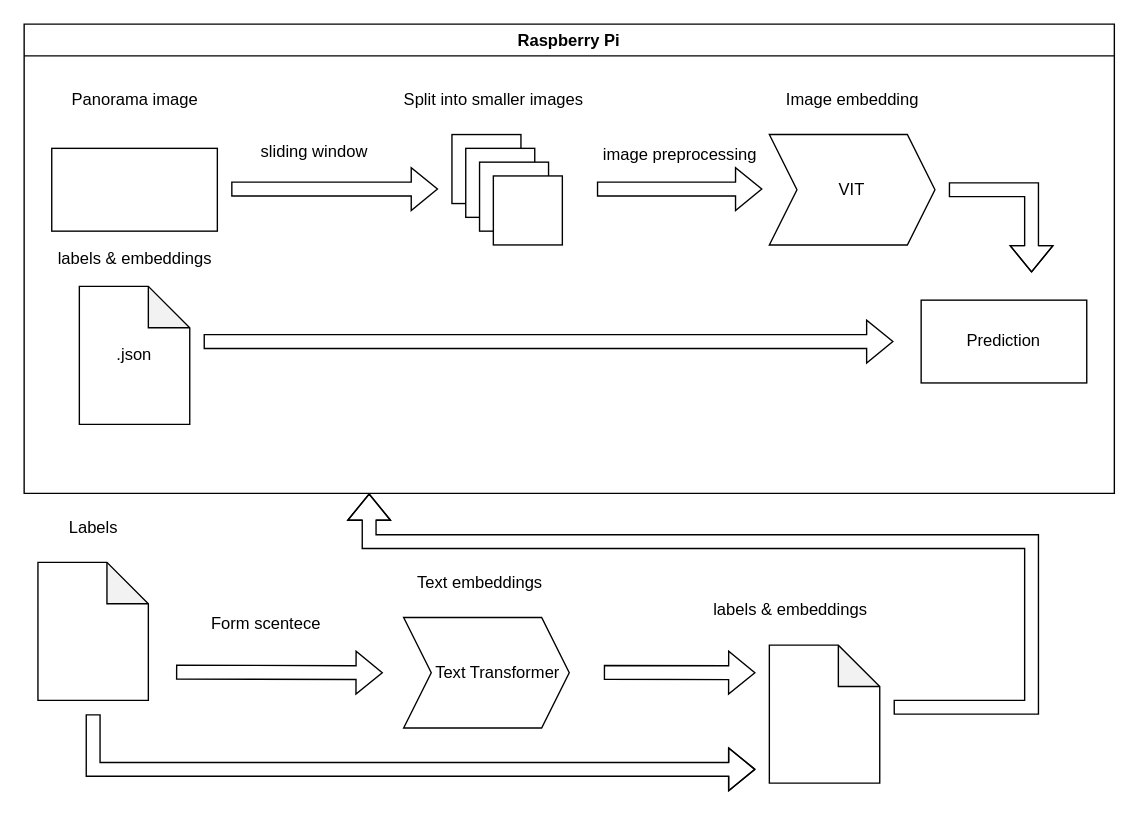
Above: darwio/Overview.drawio in xXAlgoorXx/Projektarbeit1_doku (draw.io), before the change. Source tidied: cells renumbered, new cells numbered last; positions are measured from the earlier drawing's top-left corner, leaving out a move shared by most shapes. Both pictures are drawn from the tidied source at 138%, with x=0, y=0 at pixel (23, 23).
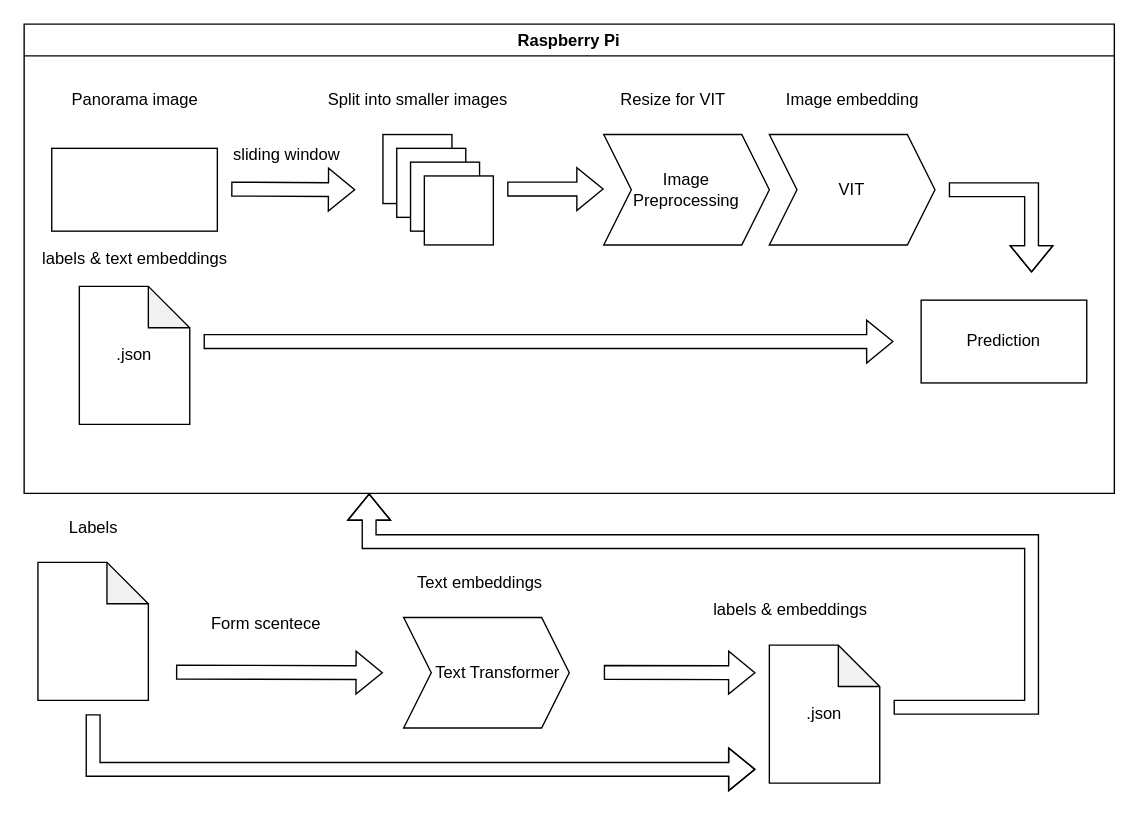
Above is the later version.

The change refers to these unchanged cells:
```xml
<mxCell id="2" value="Raspberry Pi" style="swimlane;whiteSpace=wrap;html=1;" parent="1" vertex="1">
  <mxGeometry width="790" height="340" as="geometry" />
</mxCell>
<mxCell id="3" style="group;" parent="2" vertex="1">
  <mxGeometry x="20" y="40" width="640" height="120" as="geometry" />
</mxCell>
```

The edit, as a diff of the source:
```diff
@@
     <mxCell id="5" style="rounded=0;whiteSpace=wrap;html=1;" parent="3" vertex="1">
-      <mxGeometry x="290" y="40" width="50" height="50" as="geometry" />
+      <mxGeometry x="240" y="40" width="50" height="50" as="geometry" />
     </mxCell>
     <mxCell id="6" style="rounded=0;whiteSpace=wrap;html=1;" parent="3" vertex="1">
-      <mxGeometry x="300" y="50" width="50" height="50" as="geometry" />
+      <mxGeometry x="250" y="50" width="50" height="50" as="geometry" />
     </mxCell>
     <mxCell id="7" style="rounded=0;whiteSpace=wrap;html=1;" parent="3" vertex="1">
-      <mxGeometry x="310" y="60" width="50" height="50" as="geometry" />
+      <mxGeometry x="260" y="60" width="50" height="50" as="geometry" />
     </mxCell>
     <mxCell id="8" style="rounded=0;whiteSpace=wrap;html=1;" parent="3" vertex="1">
-      <mxGeometry x="320" y="70" width="50" height="50" as="geometry" />
+      <mxGeometry x="270" y="70" width="50" height="50" as="geometry" />
     </mxCell>
     <mxCell id="9" style="shape=flexArrow;endArrow=classic;html=1;rounded=0;" parent="3" edge="1">
       <mxGeometry relative="1" as="geometry">
         <mxPoint x="130" y="79.5" as="sourcePoint" />
-        <mxPoint x="280" y="79.5" as="targetPoint" />
+        <mxPoint x="220" y="80" as="targetPoint" />
       </mxGeometry>
     </mxCell>
@@
     <mxCell id="11" value="Split into smaller images" style="text;html=1;align=center;verticalAlign=middle;strokeColor=none;fillColor=none;" parent="3" vertex="1">
-      <mxGeometry x="245" width="150" height="30" as="geometry" />
+      <mxGeometry x="190" width="150" height="30" as="geometry" />
     </mxCell>
@@
-    <mxCell id="14" style="shape=flexArrow;endArrow=classic;html=1;rounded=0;" parent="3" edge="1">
-      <mxGeometry relative="1" as="geometry">
-        <mxPoint x="395" y="79.5" as="sourcePoint" />
-        <mxPoint x="515" y="79.5" as="targetPoint" />
-      </mxGeometry>
-    </mxCell>
-    <mxCell id="15" value="image preprocessing" style="text;html=1;align=center;verticalAlign=middle;strokeColor=none;fillColor=none;" parent="3" vertex="1">
-      <mxGeometry x="390" y="40" width="130" height="30" as="geometry" />
-    </mxCell>
+    <mxCell id="32" value="sliding window" style="text;html=1;align=center;verticalAlign=middle;strokeColor=none;fillColor=none;" parent="3" vertex="1">
+      <mxGeometry x="120" y="40" width="100" height="30" as="geometry" />
+    </mxCell>
+    <mxCell id="33" value="Image&lt;br&gt;Preprocessing" style="shape=step;perimeter=stepPerimeter;whiteSpace=wrap;html=1;fixedSize=1;" parent="3" vertex="1">
+      <mxGeometry x="400" y="40" width="120" height="80" as="geometry" />
+    </mxCell>
+    <mxCell id="34" value="Resize for VIT" style="text;html=1;align=center;verticalAlign=middle;strokeColor=none;fillColor=none;" parent="3" vertex="1">
+      <mxGeometry x="400" width="100" height="30" as="geometry" />
+    </mxCell>
+    <mxCell id="35" style="shape=flexArrow;endArrow=classic;html=1;rounded=0;" parent="3" edge="1">
+      <mxGeometry relative="1" as="geometry">
+        <mxPoint x="330" y="79.5" as="sourcePoint" />
+        <mxPoint x="400" y="79.5" as="targetPoint" />
+      </mxGeometry>
+    </mxCell>
@@
-    <mxCell id="18" value="labels &amp;amp; embeddings" style="text;html=1;align=center;verticalAlign=middle;strokeColor=none;fillColor=none;" parent="2" vertex="1">
-      <mxGeometry x="15" y="155" width="130" height="30" as="geometry" />
+    <mxCell id="18" value="labels &amp;amp; text embeddings" style="text;html=1;align=center;verticalAlign=middle;strokeColor=none;fillColor=none;" parent="2" vertex="1">
+      <mxGeometry y="155" width="160" height="30" as="geometry" />
     </mxCell>
@@
-    <mxCell id="28" style="shape=note;whiteSpace=wrap;html=1;backgroundOutline=1;darkOpacity=0.05;" parent="1" vertex="1">
+    <mxCell id="28" value=".json" style="shape=note;whiteSpace=wrap;html=1;backgroundOutline=1;darkOpacity=0.05;" parent="1" vertex="1">
       <mxGeometry x="540" y="450" width="80" height="100" as="geometry" />
     </mxCell>
@@
-    <mxCell id="32" value="sliding window" style="text;html=1;align=center;verticalAlign=middle;strokeColor=none;fillColor=none;" parent="1" vertex="1">
-      <mxGeometry x="160" y="78" width="100" height="30" as="geometry" />
-    </mxCell>
```
